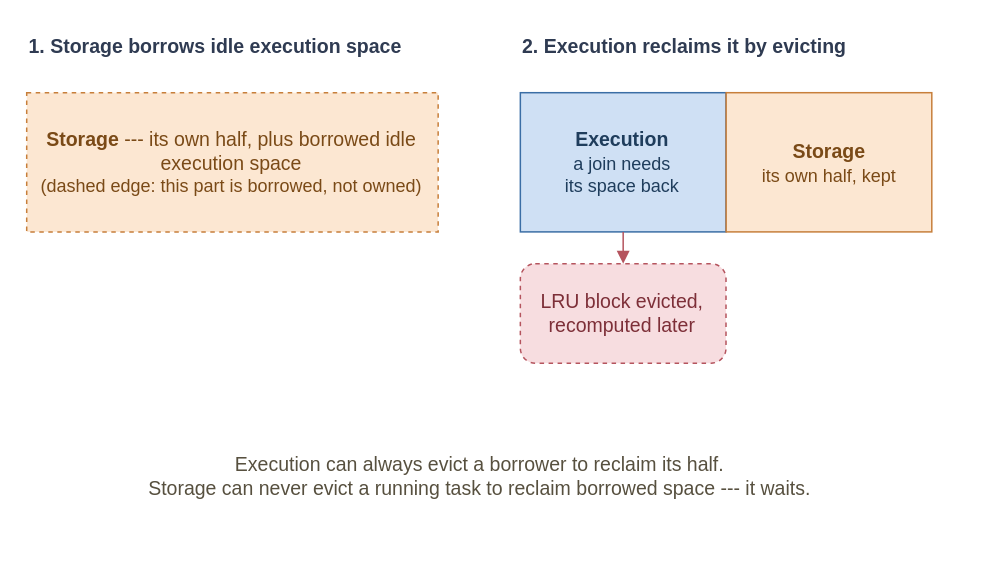
This is book/figures/memory-borrowing-eviction.drawio from AlanPhan04/spark-101-to-pro, a draw.io file, before an edit. Source tidied: cells renumbered, new cells numbered last; positions are measured from the earlier drawing's top-left corner, leaving out a move shared by most shapes. Both pictures are drawn from the tidied source at 150%, with x=0, y=0 at pixel (26, 24).
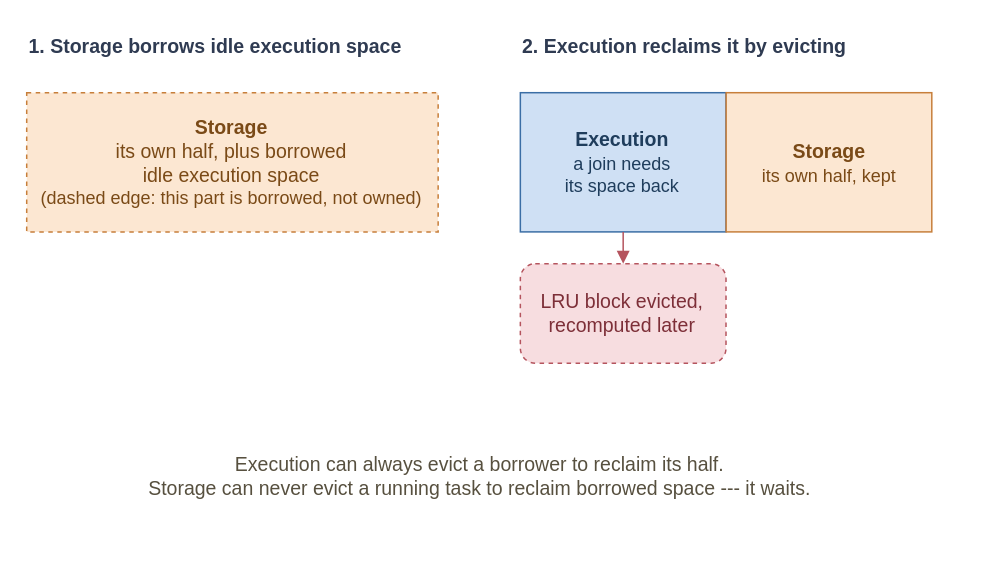
The same page after the edit.

Change to the diagram source:
```diff
@@
 <mxGraphModel>
   <root>
     <mxCell id="0" />
     <mxCell id="1" parent="0" />
     <mxCell id="2" value="&lt;b&gt;1. Storage borrows idle execution space&lt;/b&gt;" style="text;html=1;align=left;fontSize=13;fontColor=#2f3b52;" parent="1" vertex="1">
       <mxGeometry x="0.3" y="0.3" width="292.6" height="31.8" as="geometry" />
     </mxCell>
-    <mxCell id="3" value="&lt;b&gt;Storage&lt;/b&gt; --- its own half, plus borrowed idle execution space&lt;br&gt;&lt;span style=&quot;font-size:12px&quot;&gt;(dashed edge: this part is borrowed, not owned)&lt;/span&gt;" style="rounded=0;whiteSpace=wrap;html=1;fillColor=#fce7d2;strokeColor=#c77f3b;dashed=1;fontSize=13;fontColor=#7a4a17;" parent="1" vertex="1">
+    <mxCell id="3" value="&lt;b&gt;Storage&lt;/b&gt;&lt;br&gt;its own half, plus borrowed&lt;br&gt;idle execution space&lt;br&gt;&lt;span style=&quot;font-size:12px&quot;&gt;(dashed edge: this part is borrowed, not owned)&lt;/span&gt;" style="rounded=0;whiteSpace=wrap;html=1;fillColor=#fce7d2;strokeColor=#c77f3b;dashed=1;fontSize=13;fontColor=#7a4a17;" parent="1" vertex="1">
       <mxGeometry x="0.3" y="45.3" width="274.3" height="92.8" as="geometry" />
     </mxCell>
     <mxCell id="4" value="&lt;b&gt;2. Execution reclaims it by evicting&lt;/b&gt;" style="text;html=1;align=left;fontSize=13;fontColor=#2f3b52;" parent="1" vertex="1">
       <mxGeometry x="329.4" y="0.3" width="292.6" height="31.8" as="geometry" />
     </mxCell>
     <mxCell id="5" value="&lt;b&gt;Execution&lt;/b&gt;&lt;br&gt;&lt;span style=&quot;font-size:12px&quot;&gt;a join needs&lt;br&gt;its space back&lt;/span&gt;" style="rounded=0;whiteSpace=wrap;html=1;fillColor=#cfe0f4;strokeColor=#3b6ea5;fontSize=13;fontColor=#1f3d5c;" parent="1" vertex="1">
       <mxGeometry x="329.4" y="45.3" width="137.1" height="92.8" as="geometry" />
     </mxCell>
     <mxCell id="6" value="&lt;b&gt;Storage&lt;/b&gt;&lt;br&gt;&lt;span style=&quot;font-size:12px&quot;&gt;its own half, kept&lt;/span&gt;" style="rounded=0;whiteSpace=wrap;html=1;fillColor=#fce7d2;strokeColor=#c77f3b;fontSize=13;fontColor=#7a4a17;" parent="1" vertex="1">
       <mxGeometry x="466.6" y="45.3" width="137.1" height="92.8" as="geometry" />
     </mxCell>
     <mxCell id="7" value="LRU block evicted,&lt;br&gt;recomputed later" style="rounded=1;whiteSpace=wrap;html=1;fillColor=#f7dde0;strokeColor=#b5545e;fontSize=13;fontColor=#7d2f38;dashed=1;" parent="1" vertex="1">
       <mxGeometry x="329.4" y="159.3" width="137.1" height="66.3" as="geometry" />
     </mxCell>
     <mxCell id="8" style="edges=1;html=1;endArrow=block;strokeColor=#b5545e;exitX=0.5;exitY=1;entryX=0.5;entryY=0;" parent="1" edge="1" source="5" target="7">
       <mxGeometry relative="1" as="geometry" />
     </mxCell>
     <mxCell id="9" value="Execution can always evict a borrower to reclaim its half.&lt;br&gt;Storage can never evict a running task to reclaim borrowed space --- it waits." style="text;html=1;align=center;fontSize=13;fontColor=#57503f;" parent="1" vertex="1">
       <mxGeometry x="0.3" y="278.7" width="603.4" height="66.3" as="geometry" />
     </mxCell>
   </root>
 </mxGraphModel>
```
